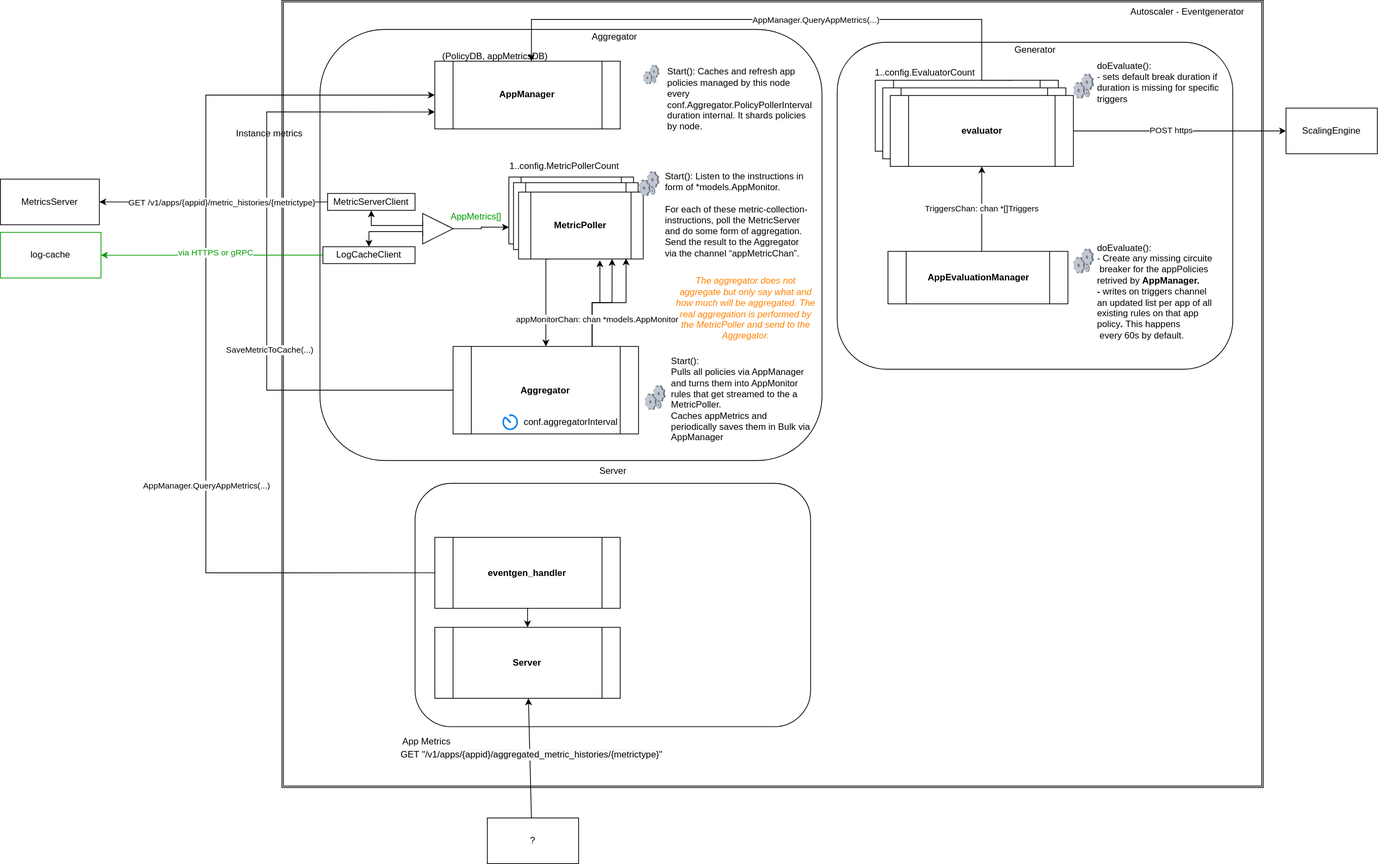
This is docs/eventgenerator.svg from cloudfoundry/app-autoscaler-release, a draw.io export, as it was before one commit. Source tidied: cells renumbered, new cells last; positions are measured from the earlier drawing's top-left corner, leaving out a move shared by most shapes.
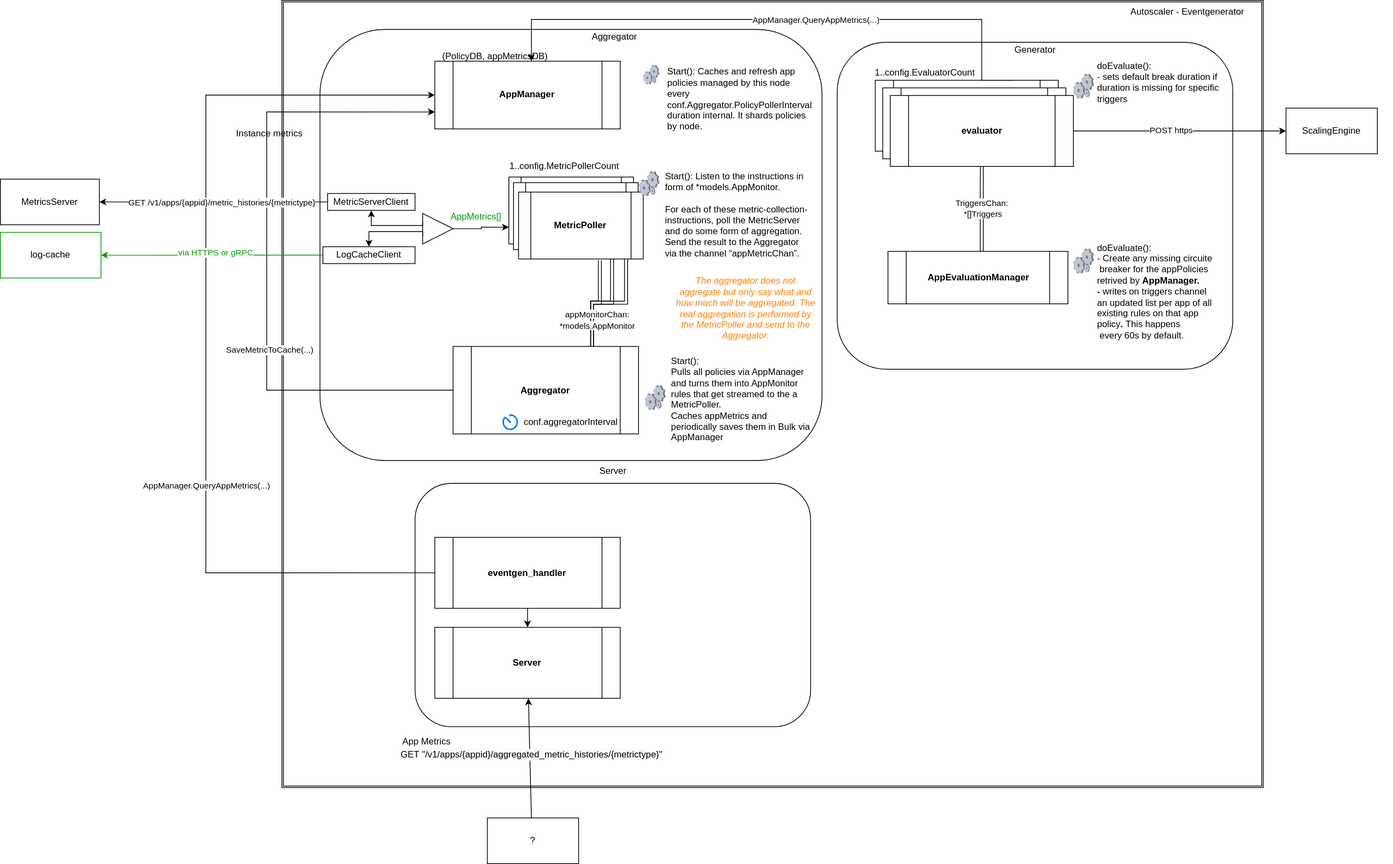
Later version of the same file.

What changed in the source:
```diff
@@ -11,13 +11,13 @@
     <mxCell id="4" style="group;align=left;" parent="1" vertex="1">
       <mxGeometry x="545" y="55" width="700" height="900" as="geometry" />
     </mxCell>
-    <mxCell id="5" style="edgeStyle=orthogonalEdgeStyle;rounded=0;jettySize=auto;html=1;exitX=0.75;exitY=0;exitDx=0;exitDy=0;entryX=0.75;entryY=1;entryDx=0;entryDy=0;horizontal=1;verticalAlign=top;endArrow=classic;endFill=1;" parent="4" edge="1" source="10" target="19">
+    <mxCell id="5" style="edgeStyle=orthogonalEdgeStyle;rounded=0;jettySize=auto;html=1;exitX=0.75;exitY=0;exitDx=0;exitDy=0;entryX=0.75;entryY=1;entryDx=0;entryDy=0;horizontal=1;verticalAlign=top;endArrow=classic;endFill=1;shape=link;" parent="4" edge="1" source="10" target="19">
       <mxGeometry relative="1" as="geometry" />
     </mxCell>
-    <mxCell id="6" style="edgeStyle=orthogonalEdgeStyle;rounded=0;jettySize=auto;html=1;exitX=0.75;exitY=0;exitDx=0;exitDy=0;entryX=0.862;entryY=0.991;entryDx=0;entryDy=0;entryPerimeter=0;fontColor=#000000;endArrow=classic;endFill=1;strokeWidth=1;" parent="4" edge="1" source="10" target="19">
+    <mxCell id="6" style="edgeStyle=orthogonalEdgeStyle;rounded=0;jettySize=auto;html=1;exitX=0.75;exitY=0;exitDx=0;exitDy=0;entryX=0.862;entryY=0.991;entryDx=0;entryDy=0;entryPerimeter=0;fontColor=#000000;endArrow=classic;endFill=1;strokeWidth=1;shape=link;" parent="4" edge="1" source="10" target="19">
       <mxGeometry relative="1" as="geometry" />
     </mxCell>
-    <mxCell id="7" style="edgeStyle=orthogonalEdgeStyle;rounded=0;jettySize=auto;html=1;exitX=0.75;exitY=0;exitDx=0;exitDy=0;entryX=0.652;entryY=1.019;entryDx=0;entryDy=0;entryPerimeter=0;fontColor=#000000;endArrow=classic;endFill=1;strokeWidth=1;" parent="4" edge="1" source="10" target="19">
+    <mxCell id="7" style="edgeStyle=orthogonalEdgeStyle;rounded=0;jettySize=auto;html=1;exitX=0.75;exitY=0;exitDx=0;exitDy=0;entryX=0.652;entryY=1.019;entryDx=0;entryDy=0;entryPerimeter=0;fontColor=#000000;endArrow=classic;endFill=1;strokeWidth=1;shape=link;strokeColor=#000000;fillColor=#e1d5e7;" parent="4" edge="1" source="10" target="19">
       <mxGeometry relative="1" as="geometry" />
     </mxCell>
     <mxCell id="8" style="edgeStyle=orthogonalEdgeStyle;rounded=0;jettySize=auto;html=1;exitX=0;exitY=0.5;exitDx=0;exitDy=0;entryX=0;entryY=0.75;entryDx=0;entryDy=0;fontColor=#000000;endArrow=classic;endFill=1;strokeColor=default;strokeWidth=1;" parent="4" edge="1" source="10" target="13">
@@ -112,13 +112,6 @@
         <mxPoint x="-1" y="168" as="offset" />
       </mxGeometry>
     </mxCell>
-    <mxCell id="34" style="edgeStyle=orthogonalEdgeStyle;rounded=0;jettySize=auto;html=1;exitX=0.25;exitY=1;exitDx=0;exitDy=0;" parent="4" edge="1" source="19" target="10">
-      <mxGeometry relative="1" as="geometry">
-        <Array as="points">
-          <mxPoint x="172" y="285" />
-        </Array>
-      </mxGeometry>
-    </mxCell>
     <mxCell id="35" value="AppMetrics[]" style="text;html=1;align=center;verticalAlign=middle;strokeColor=none;fillColor=none;fontColor=#009900;" parent="4" vertex="1">
       <mxGeometry x="40" y="220" width="80" height="20" as="geometry" />
     </mxCell>
@@ -151,7 +144,7 @@
     <mxCell id="43" value="1..config.EvaluatorCount" style="text;html=1;align=center;verticalAlign=middle;strokeColor=none;fillColor=none;" parent="40" vertex="1">
       <mxGeometry x="40" y="30" width="150" height="20" as="geometry" />
     </mxCell>
-    <mxCell id="44" value="TriggersChan: chan *[]Triggers" style="edgeStyle=orthogonalEdgeStyle;rounded=0;jettySize=auto;html=1;entryX=0.5;entryY=1;entryDx=0;entryDy=0;strokeColor=default;" parent="40" edge="1" source="50" target="48">
+    <mxCell id="44" value="TriggersChan:&lt;br&gt;&amp;nbsp;*[]Triggers" style="edgeStyle=orthogonalEdgeStyle;rounded=0;jettySize=auto;html=1;entryX=0.5;entryY=1;entryDx=0;entryDy=0;strokeColor=default;shape=link;" parent="40" edge="1" source="50" target="48">
       <mxGeometry relative="1" as="geometry">
         <Array as="points">
           <mxPoint x="190" y="200" />
@@ -230,7 +223,7 @@
     <mxCell id="65" value="&lt;div&gt;Start():&lt;/div&gt;&lt;div&gt;Pulls all policies via AppManager and turns them into AppMonitor rules that get streamed to the a MetricPoller.&lt;/div&gt;&lt;div&gt;Caches appMetrics and periodically saves them in Bulk via AppManager&amp;nbsp;&lt;/div&gt;&lt;div&gt;&lt;br&gt;&lt;/div&gt;" style="text;html=1;strokeColor=none;fillColor=none;align=left;verticalAlign=middle;whiteSpace=wrap;rounded=0;" parent="1" vertex="1">
       <mxGeometry x="880" y="475" width="190" height="114.4" as="geometry" />
     </mxCell>
-    <mxCell id="66" value="&lt;span style=&quot;font-size: 11px ; background-color: rgb(255 , 255 , 255)&quot;&gt;appMonitorChan: chan *models.AppMonitor&lt;/span&gt;" style="text;html=1;strokeColor=none;fillColor=none;align=center;verticalAlign=middle;whiteSpace=wrap;rounded=0;fontColor=#000000;" parent="1" vertex="1">
+    <mxCell id="66" value="&lt;span style=&quot;font-size: 11px ; background-color: rgb(255 , 255 , 255)&quot;&gt;appMonitorChan: &lt;br&gt;*models.AppMonitor&lt;/span&gt;" style="text;html=1;strokeColor=none;fillColor=none;align=center;verticalAlign=middle;whiteSpace=wrap;rounded=0;fontColor=#000000;" parent="1" vertex="1">
       <mxGeometry x="670" y="405" width="230" height="30" as="geometry" />
     </mxCell>
     <mxCell id="67" style="edgeStyle=orthogonalEdgeStyle;rounded=0;jettySize=auto;html=1;exitX=0.75;exitY=0;exitDx=0;exitDy=0;fontColor=#000000;endArrow=classic;endFill=1;strokeColor=default;strokeWidth=1;" parent="1" edge="1" source="46" target="13">
```
